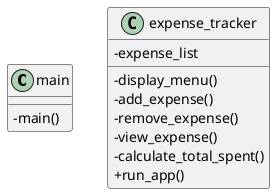
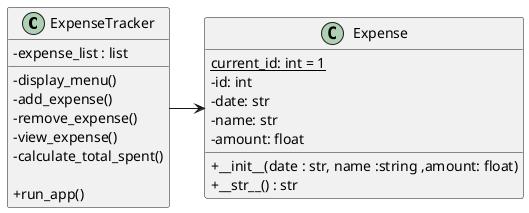
@startuml Class diagram
'https://plantuml.com/class-diagram

skinparam classAttributeIconSize 0
top to bottom direction
skinparam linetype ortho

- class main {
-     - main()
- }

- class expense_tracker {
+ class ExpenseTracker {

-     - expense_list
+     - expense_list : list

    - display_menu()
    - add_expense()
    - remove_expense()
    - view_expense()
    - calculate_total_spent()
+ 
    + run_app()

}
+ 
+ class Expense {
+ 
+     {static} current_id: int = 1
+     - id: int
+     - date: str
+     - name: str
+     - amount: float
+ 
+     + __init__(date : str, name :string ,amount: float)
+     + __str__() : str
+ 
+ 
+ }
+ 
+ ExpenseTracker -> Expense
+ 
@enduml